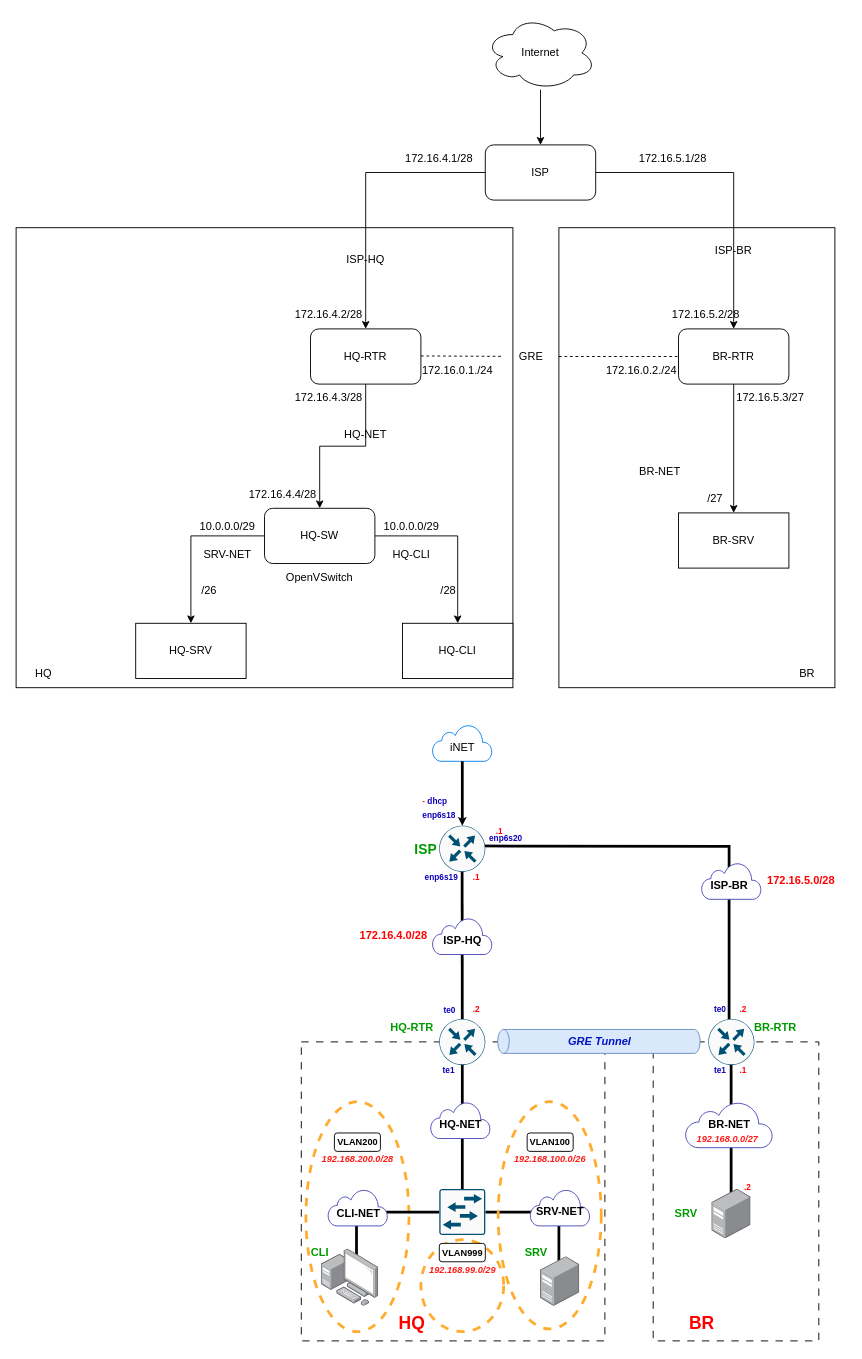
Above: module1/Диаграмма без названия.drawio in Flicks1383/Demo-09.02.06-SysAdmin-2025 (draw.io), before the change. Source tidied: cells renumbered, new cells numbered last; positions are measured from the earlier drawing's top-left corner, leaving out a move shared by most shapes. Both pictures are drawn from the tidied source at 92%, with x=0, y=0 at pixel (16, 16).
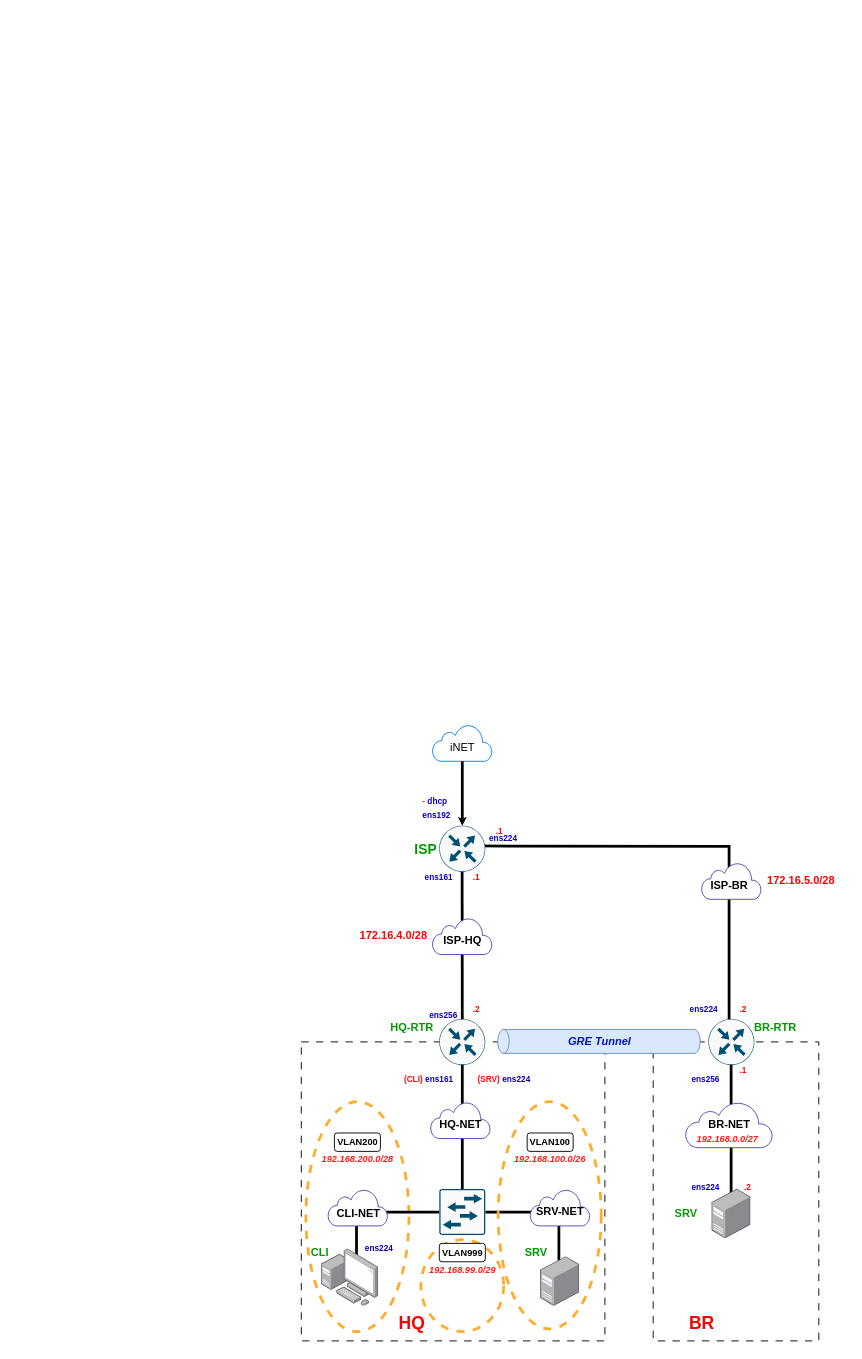
After the change.

Commit message:
Топология(ОСНОВА)

Change to the diagram source:
```diff
@@
-    <mxCell id="2" style="rounded=0;whiteSpace=wrap;html=1;" parent="1" vertex="1">
-      <mxGeometry x="590" y="230" width="300" height="500" as="geometry" />
-    </mxCell>
-    <mxCell id="3" style="rounded=0;whiteSpace=wrap;html=1;fontStyle=1;" parent="1" vertex="1">
-      <mxGeometry y="230" width="540" height="500" as="geometry" />
-    </mxCell>
-    <mxCell id="4" style="edgeStyle=orthogonalEdgeStyle;rounded=0;jettySize=auto;html=1;entryX=0.5;entryY=0;entryDx=0;entryDy=0;" parent="1" edge="1" source="5" target="8">
-      <mxGeometry relative="1" as="geometry" />
-    </mxCell>
-    <mxCell id="5" value="Internet" style="ellipse;shape=cloud;whiteSpace=wrap;html=1;" parent="1" vertex="1">
-      <mxGeometry x="510" width="120" height="80" as="geometry" />
-    </mxCell>
-    <mxCell id="6" style="edgeStyle=orthogonalEdgeStyle;rounded=0;jettySize=auto;html=1;exitX=0;exitY=0.5;exitDx=0;exitDy=0;" parent="1" edge="1" source="8" target="10">
-      <mxGeometry relative="1" as="geometry" />
-    </mxCell>
-    <mxCell id="7" style="edgeStyle=orthogonalEdgeStyle;rounded=0;jettySize=auto;html=1;exitX=1;exitY=0.5;exitDx=0;exitDy=0;" parent="1" edge="1" source="8" target="12">
-      <mxGeometry relative="1" as="geometry" />
-    </mxCell>
-    <mxCell id="8" value="ISP" style="rounded=1;whiteSpace=wrap;html=1;" parent="1" vertex="1">
-      <mxGeometry x="510" y="140" width="120" height="60" as="geometry" />
-    </mxCell>
-    <mxCell id="9" style="edgeStyle=orthogonalEdgeStyle;rounded=0;jettySize=auto;html=1;exitX=0.5;exitY=1;exitDx=0;exitDy=0;" parent="1" edge="1" source="10" target="15">
-      <mxGeometry relative="1" as="geometry" />
-    </mxCell>
-    <mxCell id="10" value="HQ-RTR" style="rounded=1;whiteSpace=wrap;html=1;" parent="1" vertex="1">
-      <mxGeometry x="320" y="340" width="120" height="60" as="geometry" />
-    </mxCell>
-    <mxCell id="11" style="edgeStyle=orthogonalEdgeStyle;rounded=0;jettySize=auto;html=1;exitX=0.5;exitY=1;exitDx=0;exitDy=0;" parent="1" edge="1" source="12" target="18">
-      <mxGeometry relative="1" as="geometry" />
-    </mxCell>
-    <mxCell id="12" value="BR-RTR" style="rounded=1;whiteSpace=wrap;html=1;" parent="1" vertex="1">
-      <mxGeometry x="720" y="340" width="120" height="60" as="geometry" />
-    </mxCell>
-    <mxCell id="13" style="edgeStyle=orthogonalEdgeStyle;rounded=0;jettySize=auto;html=1;exitX=0;exitY=0.5;exitDx=0;exitDy=0;" parent="1" edge="1" source="15" target="16">
-      <mxGeometry relative="1" as="geometry" />
-    </mxCell>
-    <mxCell id="14" style="edgeStyle=orthogonalEdgeStyle;rounded=0;jettySize=auto;html=1;exitX=1;exitY=0.5;exitDx=0;exitDy=0;entryX=0.5;entryY=0;entryDx=0;entryDy=0;" parent="1" edge="1" source="15" target="17">
-      <mxGeometry relative="1" as="geometry" />
-    </mxCell>
-    <mxCell id="15" value="HQ-SW" style="rounded=1;whiteSpace=wrap;html=1;" parent="1" vertex="1">
-      <mxGeometry x="270" y="535" width="120" height="60" as="geometry" />
-    </mxCell>
-    <mxCell id="16" value="HQ-SRV" style="rounded=0;whiteSpace=wrap;html=1;" parent="1" vertex="1">
-      <mxGeometry x="130" y="660" width="120" height="60" as="geometry" />
-    </mxCell>
-    <mxCell id="17" value="HQ-CLI" style="rounded=0;whiteSpace=wrap;html=1;" parent="1" vertex="1">
-      <mxGeometry x="420" y="660" width="120" height="60" as="geometry" />
-    </mxCell>
-    <mxCell id="18" value="BR-SRV" style="rounded=0;whiteSpace=wrap;html=1;" parent="1" vertex="1">
-      <mxGeometry x="720" y="540" width="120" height="60" as="geometry" />
-    </mxCell>
-    <mxCell id="19" value="OpenVSwitch" style="text;html=1;align=center;verticalAlign=middle;whiteSpace=wrap;rounded=0;" parent="1" vertex="1">
-      <mxGeometry x="300" y="595" width="60" height="30" as="geometry" />
-    </mxCell>
-    <mxCell id="20" value="ISP-HQ" style="text;html=1;align=center;verticalAlign=middle;whiteSpace=wrap;rounded=0;" parent="1" vertex="1">
-      <mxGeometry x="350" y="250" width="60" height="30" as="geometry" />
-    </mxCell>
-    <mxCell id="21" value="HQ-NET" style="text;html=1;align=center;verticalAlign=middle;whiteSpace=wrap;rounded=0;" parent="1" vertex="1">
-      <mxGeometry x="350" y="440" width="60" height="30" as="geometry" />
-    </mxCell>
-    <mxCell id="22" value="SRV-NET" style="text;html=1;align=center;verticalAlign=middle;whiteSpace=wrap;rounded=0;" parent="1" vertex="1">
-      <mxGeometry x="200" y="570" width="60" height="30" as="geometry" />
-    </mxCell>
-    <mxCell id="23" value="HQ-CLI" style="text;html=1;align=center;verticalAlign=middle;whiteSpace=wrap;rounded=0;" parent="1" vertex="1">
-      <mxGeometry x="400" y="570" width="60" height="30" as="geometry" />
-    </mxCell>
-    <mxCell id="24" value="ISP-BR" style="text;html=1;align=center;verticalAlign=middle;whiteSpace=wrap;rounded=0;" parent="1" vertex="1">
-      <mxGeometry x="750" y="240" width="60" height="30" as="geometry" />
-    </mxCell>
-    <mxCell id="25" value="BR-NET" style="text;html=1;align=center;verticalAlign=middle;whiteSpace=wrap;rounded=0;" parent="1" vertex="1">
-      <mxGeometry x="670" y="480" width="60" height="30" as="geometry" />
-    </mxCell>
-    <mxCell id="26" value="/26" style="text;html=1;align=center;verticalAlign=middle;whiteSpace=wrap;rounded=0;" parent="1" vertex="1">
-      <mxGeometry x="180" y="610" width="60" height="30" as="geometry" />
-    </mxCell>
-    <mxCell id="27" value="/28" style="text;html=1;align=center;verticalAlign=middle;whiteSpace=wrap;rounded=0;" parent="1" vertex="1">
-      <mxGeometry x="440" y="610" width="60" height="30" as="geometry" />
-    </mxCell>
-    <mxCell id="28" value="/27" style="text;html=1;align=center;verticalAlign=middle;whiteSpace=wrap;rounded=0;" parent="1" vertex="1">
-      <mxGeometry x="730" y="510" width="60" height="30" as="geometry" />
-    </mxCell>
-    <mxCell id="29" value="10.0.0.0/29" style="text;html=1;align=center;verticalAlign=middle;whiteSpace=wrap;rounded=0;" parent="1" vertex="1">
-      <mxGeometry x="200" y="540" width="60" height="30" as="geometry" />
-    </mxCell>
-    <mxCell id="30" value="10.0.0.0/29" style="text;html=1;align=center;verticalAlign=middle;whiteSpace=wrap;rounded=0;" parent="1" vertex="1">
-      <mxGeometry x="400" y="540" width="60" height="30" as="geometry" />
-    </mxCell>
-    <mxCell id="31" value="172.16.4.1&lt;span style=&quot;background-color: initial;&quot;&gt;/28&lt;/span&gt;" style="text;html=1;align=center;verticalAlign=middle;whiteSpace=wrap;rounded=0;" parent="1" vertex="1">
-      <mxGeometry x="430" y="140" width="60" height="30" as="geometry" />
-    </mxCell>
-    <mxCell id="32" value="172.16.5.1/28" style="text;html=1;align=center;verticalAlign=middle;whiteSpace=wrap;rounded=0;" parent="1" vertex="1">
-      <mxGeometry x="684" y="140" width="60" height="30" as="geometry" />
-    </mxCell>
-    <mxCell id="33" value="BR" style="text;html=1;align=center;verticalAlign=middle;whiteSpace=wrap;rounded=0;" parent="1" vertex="1">
-      <mxGeometry x="830" y="700" width="60" height="30" as="geometry" />
-    </mxCell>
-    <mxCell id="34" value="HQ" style="text;html=1;align=center;verticalAlign=middle;whiteSpace=wrap;rounded=0;" parent="1" vertex="1">
-      <mxGeometry y="700" width="60" height="30" as="geometry" />
-    </mxCell>
-    <mxCell id="35" value="172.16.4.2/28" style="text;html=1;align=center;verticalAlign=middle;whiteSpace=wrap;rounded=0;" parent="1" vertex="1">
-      <mxGeometry x="310" y="310" width="60" height="30" as="geometry" />
-    </mxCell>
-    <mxCell id="36" value="172.16.5.2/28" style="text;html=1;align=center;verticalAlign=middle;whiteSpace=wrap;rounded=0;" parent="1" vertex="1">
-      <mxGeometry x="720" y="310" width="60" height="30" as="geometry" />
-    </mxCell>
-    <mxCell id="37" value="172.16.4.3/28" style="text;html=1;align=center;verticalAlign=middle;whiteSpace=wrap;rounded=0;" parent="1" vertex="1">
-      <mxGeometry x="310" y="400" width="60" height="30" as="geometry" />
-    </mxCell>
-    <mxCell id="38" value="172.16.5.3/27" style="text;html=1;align=center;verticalAlign=middle;whiteSpace=wrap;rounded=0;" parent="1" vertex="1">
-      <mxGeometry x="790" y="400" width="60" height="30" as="geometry" />
-    </mxCell>
-    <mxCell id="39" value="172.16.4.4/28" style="text;html=1;align=center;verticalAlign=middle;whiteSpace=wrap;rounded=0;" parent="1" vertex="1">
-      <mxGeometry x="260" y="505" width="60" height="30" as="geometry" />
-    </mxCell>
-    <mxCell id="40" style="endArrow=none;dashed=1;html=1;rounded=0;" parent="1" edge="1" source="44" target="12">
-      <mxGeometry relative="1" as="geometry" />
-    </mxCell>
-    <mxCell id="41" value="172.16.0.1./24" style="text;html=1;align=center;verticalAlign=middle;whiteSpace=wrap;rounded=0;" parent="1" vertex="1">
-      <mxGeometry x="450" y="370" width="60" height="30" as="geometry" />
-    </mxCell>
-    <mxCell id="42" value="172.16.0.2./24" style="text;html=1;align=center;verticalAlign=middle;whiteSpace=wrap;rounded=0;" parent="1" vertex="1">
-      <mxGeometry x="650" y="370" width="60" height="30" as="geometry" />
-    </mxCell>
-    <mxCell id="43" style="endArrow=none;dashed=1;html=1;rounded=0;" parent="1" edge="1" target="44">
-      <mxGeometry relative="1" as="geometry">
-        <mxPoint x="440" y="369.4" as="sourcePoint" />
-      </mxGeometry>
-    </mxCell>
-    <mxCell id="44" value="GRE" style="text;html=1;align=center;verticalAlign=middle;whiteSpace=wrap;rounded=0;" parent="1" vertex="1">
-      <mxGeometry x="530" y="355" width="60" height="30" as="geometry" />
-    </mxCell>
@@
-    <mxCell id="57" value="&lt;b&gt;&lt;font style=&quot;font-size: 9px;&quot;&gt;&lt;font style=&quot;color: rgb(255, 22, 22);&quot;&gt;- &lt;/font&gt;&lt;font style=&quot;color: rgb(13, 0, 185);&quot;&gt;dhcp&lt;/font&gt;&lt;/font&gt;&lt;/b&gt;&lt;div&gt;&lt;b&gt;&lt;font style=&quot;&quot;&gt;&lt;font style=&quot;color: rgb(13, 0, 185); font-size: 9px;&quot;&gt;enp6s18&lt;/font&gt;&lt;/font&gt;&lt;/b&gt;&lt;/div&gt;" style="text;html=1;align=left;verticalAlign=middle;strokeColor=none;fillColor=none;" parent="1" vertex="1">
-      <mxGeometry x="440" y="840" width="60" height="40" as="geometry" />
+    <mxCell id="57" value="&lt;b&gt;&lt;font style=&quot;font-size: 9px;&quot;&gt;&lt;font style=&quot;color: rgb(255, 22, 22);&quot;&gt;- &lt;/font&gt;&lt;font style=&quot;color: rgb(13, 0, 185);&quot;&gt;dhcp&lt;/font&gt;&lt;/font&gt;&lt;/b&gt;&lt;div&gt;&lt;b&gt;&lt;font style=&quot;&quot;&gt;&lt;font style=&quot;color: rgb(13, 0, 185); font-size: 9px;&quot;&gt;ens192&lt;/font&gt;&lt;/font&gt;&lt;/b&gt;&lt;/div&gt;" style="text;html=1;align=left;verticalAlign=middle;strokeColor=none;fillColor=none;" parent="1" vertex="1">
+      <mxGeometry x="440" y="840" width="50" height="40" as="geometry" />
     </mxCell>
@@
-    <mxCell id="60" value="&lt;font style=&quot;color: rgb(13, 0, 185); font-size: 9px;&quot;&gt;&lt;b style=&quot;&quot;&gt;te0&lt;/b&gt;&lt;/font&gt;" style="text;html=1;align=center;verticalAlign=middle;strokeColor=none;fillColor=none;" parent="1" vertex="1">
-      <mxGeometry x="450.5" y="1065" width="40" height="30" as="geometry" />
-    </mxCell>
@@
-    <mxCell id="64" value="&lt;b&gt;&lt;font style=&quot;color: rgb(13, 0, 185); font-size: 9px;&quot;&gt;te0&lt;/font&gt;&lt;/b&gt;" style="text;html=1;align=center;verticalAlign=middle;strokeColor=none;fillColor=none;" parent="1" vertex="1">
-      <mxGeometry x="745" y="1064" width="40" height="30" as="geometry" />
-    </mxCell>
@@
-    <mxCell id="69" value="&lt;div&gt;&lt;b&gt;&lt;font style=&quot;font-size: 9px;&quot;&gt;&lt;font style=&quot;color: rgb(255, 13, 8);&quot;&gt;&amp;nbsp;&lt;/font&gt;&lt;font style=&quot;color: rgb(13, 0, 185);&quot;&gt;enp6s19&lt;/font&gt;&lt;/font&gt;&lt;/b&gt;&lt;/div&gt;" style="text;html=1;align=left;verticalAlign=middle;strokeColor=none;fillColor=none;" parent="1" vertex="1">
+    <mxCell id="69" value="&lt;div&gt;&lt;b&gt;&lt;font style=&quot;font-size: 9px;&quot;&gt;&lt;font style=&quot;color: rgb(255, 13, 8);&quot;&gt;&amp;nbsp;&lt;/font&gt;&lt;font style=&quot;color: rgb(13, 0, 185);&quot;&gt;ens161&lt;/font&gt;&lt;/font&gt;&lt;/b&gt;&lt;/div&gt;" style="text;html=1;align=left;verticalAlign=middle;strokeColor=none;fillColor=none;" parent="1" vertex="1">
       <mxGeometry x="440" y="920" width="60" height="30" as="geometry" />
     </mxCell>
-    <mxCell id="70" value="&lt;div&gt;&lt;b&gt;&lt;font style=&quot;color: rgb(13, 0, 185); font-size: 9px;&quot;&gt;&lt;font style=&quot;color: rgb(255, 13, 8);&quot;&gt;&amp;nbsp;&lt;/font&gt;enp6s20&lt;/font&gt;&lt;/b&gt;&lt;/div&gt;" style="text;html=1;align=left;verticalAlign=middle;strokeColor=none;fillColor=none;" parent="1" vertex="1">
+    <mxCell id="70" value="&lt;div&gt;&lt;b&gt;&lt;font style=&quot;color: rgb(13, 0, 185); font-size: 9px;&quot;&gt;&lt;font style=&quot;color: rgb(255, 13, 8);&quot;&gt;&amp;nbsp;&lt;/font&gt;ens224&lt;/font&gt;&lt;/b&gt;&lt;/div&gt;" style="text;html=1;align=left;verticalAlign=middle;strokeColor=none;fillColor=none;" parent="1" vertex="1">
       <mxGeometry x="510" y="878" width="60" height="30" as="geometry" />
     </mxCell>
@@
-    <mxCell id="93" value="&lt;b&gt;&lt;font style=&quot;color: rgb(13, 0, 185); font-size: 9px;&quot;&gt;te1&lt;/font&gt;&lt;/b&gt;" style="text;html=1;align=center;verticalAlign=middle;strokeColor=none;fillColor=none;" parent="1" vertex="1">
-      <mxGeometry x="745" y="1130" width="40" height="30" as="geometry" />
-    </mxCell>
-    <mxCell id="94" value="&lt;font style=&quot;color: rgb(13, 0, 185); font-size: 9px;&quot;&gt;&lt;b style=&quot;&quot;&gt;te1&lt;/b&gt;&lt;/font&gt;" style="text;html=1;align=center;verticalAlign=middle;strokeColor=none;fillColor=none;" parent="1" vertex="1">
-      <mxGeometry x="450" y="1130" width="40" height="30" as="geometry" />
-    </mxCell>
@@
+    <mxCell id="115" value="&lt;div&gt;&lt;b&gt;&lt;font style=&quot;font-size: 9px;&quot;&gt;&lt;font style=&quot;color: rgb(255, 13, 8);&quot;&gt;&amp;nbsp;&lt;/font&gt;&lt;font style=&quot;color: rgb(13, 0, 185);&quot;&gt;ens256&lt;/font&gt;&lt;/font&gt;&lt;/b&gt;&lt;/div&gt;" style="text;html=1;align=left;verticalAlign=middle;strokeColor=none;fillColor=none;" parent="1" vertex="1">
+      <mxGeometry x="445" y="1069.5" width="60" height="30" as="geometry" />
+    </mxCell>
+    <mxCell id="116" value="&lt;div&gt;&lt;b&gt;&lt;font style=&quot;font-size: 9px;&quot;&gt;&lt;font style=&quot;color: rgb(255, 13, 8);&quot;&gt;(SRV)&amp;nbsp;&lt;/font&gt;&lt;font style=&quot;color: rgb(13, 0, 185);&quot;&gt;ens224&lt;/font&gt;&lt;/font&gt;&lt;/b&gt;&lt;/div&gt;" style="text;html=1;align=left;verticalAlign=middle;strokeColor=none;fillColor=none;" parent="1" vertex="1">
+      <mxGeometry x="500" y="1140" width="80" height="30" as="geometry" />
+    </mxCell>
+    <mxCell id="117" value="&lt;div&gt;&lt;b&gt;&lt;font style=&quot;font-size: 9px;&quot;&gt;&lt;font style=&quot;color: rgb(255, 13, 8);&quot;&gt;(CLI)&amp;nbsp;&lt;/font&gt;&lt;font style=&quot;color: rgb(13, 0, 185);&quot;&gt;ens161&lt;/font&gt;&lt;/font&gt;&lt;/b&gt;&lt;/div&gt;" style="text;html=1;align=left;verticalAlign=middle;strokeColor=none;fillColor=none;" parent="1" vertex="1">
+      <mxGeometry x="420" y="1140" width="80" height="30" as="geometry" />
+    </mxCell>
+    <mxCell id="118" value="&lt;div&gt;&lt;b&gt;&lt;font style=&quot;font-size: 9px;&quot;&gt;&lt;font style=&quot;color: rgb(255, 13, 8);&quot;&gt;&amp;nbsp;&lt;/font&gt;&lt;font style=&quot;color: rgb(13, 0, 185);&quot;&gt;ens224&lt;/font&gt;&lt;/font&gt;&lt;/b&gt;&lt;/div&gt;" style="text;html=1;align=left;verticalAlign=middle;strokeColor=none;fillColor=none;" parent="1" vertex="1">
+      <mxGeometry x="375" y="1324" width="60" height="30" as="geometry" />
+    </mxCell>
+    <mxCell id="119" value="&lt;div&gt;&lt;b&gt;&lt;font style=&quot;font-size: 9px;&quot;&gt;&lt;font style=&quot;color: rgb(255, 13, 8);&quot;&gt;&amp;nbsp;&lt;/font&gt;&lt;font style=&quot;color: rgb(13, 0, 185);&quot;&gt;ens224&lt;/font&gt;&lt;/font&gt;&lt;/b&gt;&lt;/div&gt;" style="text;html=1;align=left;verticalAlign=middle;strokeColor=none;fillColor=none;" parent="1" vertex="1">
+      <mxGeometry x="730" y="1257" width="60" height="30" as="geometry" />
+    </mxCell>
+    <mxCell id="120" value="&lt;div&gt;&lt;b&gt;&lt;font style=&quot;font-size: 9px;&quot;&gt;&lt;font style=&quot;color: rgb(255, 13, 8);&quot;&gt;&amp;nbsp;&lt;/font&gt;&lt;font style=&quot;color: rgb(13, 0, 185);&quot;&gt;ens256&lt;/font&gt;&lt;/font&gt;&lt;/b&gt;&lt;/div&gt;" style="text;html=1;align=left;verticalAlign=middle;strokeColor=none;fillColor=none;" parent="1" vertex="1">
+      <mxGeometry x="730" y="1140" width="60" height="30" as="geometry" />
+    </mxCell>
+    <mxCell id="121" value="&lt;div&gt;&lt;b&gt;&lt;font style=&quot;font-size: 9px;&quot;&gt;&lt;font style=&quot;color: rgb(255, 13, 8);&quot;&gt;&amp;nbsp;&lt;/font&gt;&lt;font style=&quot;color: rgb(13, 0, 185);&quot;&gt;ens224&lt;/font&gt;&lt;/font&gt;&lt;/b&gt;&lt;/div&gt;" style="text;html=1;align=left;verticalAlign=middle;strokeColor=none;fillColor=none;" parent="1" vertex="1">
+      <mxGeometry x="727.5" y="1064" width="60" height="30" as="geometry" />
+    </mxCell>
```
